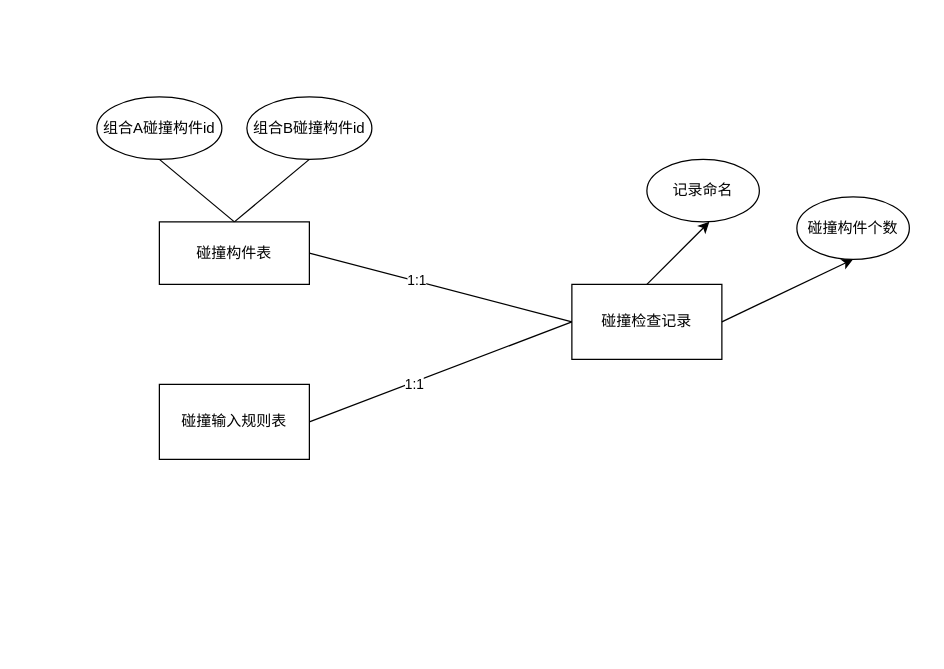
Above: 碰撞结果存储clickhouse.drawio in KeatonLi/pictures (draw.io), before the change. Source tidied: cells renumbered, new cells numbered last; positions are measured from the earlier drawing's top-left corner, leaving out a move shared by most shapes. Both pictures are drawn from the tidied source at 125%, with x=0, y=0 at pixel (96, 96).
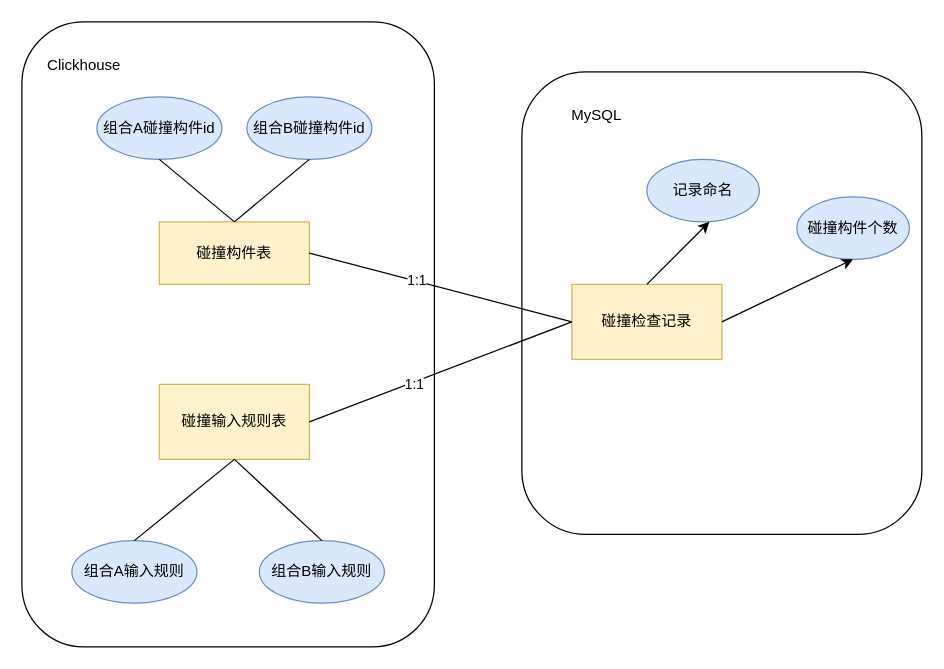
Above is the later version.

Commit message (it also covers changes not shown here):
更新碰撞结果存储clickhouse.drawio

The edit, as a diff of the source:
```diff
@@
+    <mxCell id="17" style="rounded=1;whiteSpace=wrap;html=1;arcSize=16;" parent="1" vertex="1">
+      <mxGeometry x="340" y="-20" width="320" height="370" as="geometry" />
+    </mxCell>
+    <mxCell id="18" style="rounded=1;whiteSpace=wrap;html=1;" parent="1" vertex="1">
+      <mxGeometry x="-60" y="-60" width="330" height="500" as="geometry" />
+    </mxCell>
-    <mxCell id="2" value="碰撞构件表" style="rounded=0;whiteSpace=wrap;html=1;" parent="1" vertex="1">
+    <mxCell id="2" value="碰撞构件表" style="rounded=0;whiteSpace=wrap;html=1;fillColor=#fff2cc;strokeColor=#d6b656;" parent="1" vertex="1">
       <mxGeometry x="50" y="100" width="120" height="50" as="geometry" />
     </mxCell>
-    <mxCell id="3" value="碰撞输入规则表" style="rounded=0;whiteSpace=wrap;html=1;" parent="1" vertex="1">
+    <mxCell id="3" value="碰撞输入规则表" style="rounded=0;whiteSpace=wrap;html=1;fillColor=#fff2cc;strokeColor=#d6b656;" parent="1" vertex="1">
       <mxGeometry x="50" y="230" width="120" height="60" as="geometry" />
     </mxCell>
-    <mxCell id="4" value="碰撞检查记录" style="rounded=0;whiteSpace=wrap;html=1;" parent="1" vertex="1">
+    <mxCell id="4" value="碰撞检查记录" style="rounded=0;whiteSpace=wrap;html=1;fillColor=#fff2cc;strokeColor=#d6b656;" parent="1" vertex="1">
       <mxGeometry x="380" y="150" width="120" height="60" as="geometry" />
     </mxCell>
-    <mxCell id="5" value="记录命名" style="ellipse;whiteSpace=wrap;html=1;" parent="1" vertex="1">
+    <mxCell id="5" value="记录命名" style="ellipse;whiteSpace=wrap;html=1;fillColor=#dae8fc;strokeColor=#6c8ebf;" parent="1" vertex="1">
       <mxGeometry x="440" y="50" width="90" height="50" as="geometry" />
     </mxCell>
-    <mxCell id="6" value="碰撞构件个数" style="ellipse;whiteSpace=wrap;html=1;" parent="1" vertex="1">
+    <mxCell id="6" value="碰撞构件个数" style="ellipse;whiteSpace=wrap;html=1;fillColor=#dae8fc;strokeColor=#6c8ebf;" parent="1" vertex="1">
       <mxGeometry x="560" y="80" width="90" height="50" as="geometry" />
     </mxCell>
@@
-    <mxCell id="13" value="组合A碰撞构件id" style="ellipse;whiteSpace=wrap;html=1;" parent="1" vertex="1">
+    <mxCell id="13" value="组合A碰撞构件id" style="ellipse;whiteSpace=wrap;html=1;fillColor=#dae8fc;strokeColor=#6c8ebf;" parent="1" vertex="1">
       <mxGeometry width="100" height="50" as="geometry" />
     </mxCell>
@@
-    <mxCell id="15" value="组合B碰撞构件id" style="ellipse;whiteSpace=wrap;html=1;" parent="1" vertex="1">
+    <mxCell id="15" value="组合B碰撞构件id" style="ellipse;whiteSpace=wrap;html=1;fillColor=#dae8fc;strokeColor=#6c8ebf;" parent="1" vertex="1">
       <mxGeometry x="120" width="100" height="50" as="geometry" />
     </mxCell>
@@
+    <mxCell id="19" value="组合A输入规则" style="ellipse;whiteSpace=wrap;html=1;fillColor=#dae8fc;strokeColor=#6c8ebf;" parent="1" vertex="1">
+      <mxGeometry x="-20" y="355" width="100" height="50" as="geometry" />
+    </mxCell>
+    <mxCell id="20" value="组合B输入规则" style="ellipse;whiteSpace=wrap;html=1;fillColor=#dae8fc;strokeColor=#6c8ebf;" parent="1" vertex="1">
+      <mxGeometry x="130" y="355" width="100" height="50" as="geometry" />
+    </mxCell>
+    <mxCell id="21" style="endArrow=none;html=1;rounded=0;entryX=0.5;entryY=1;entryDx=0;entryDy=0;exitX=0.5;exitY=0;exitDx=0;exitDy=0;" parent="1" edge="1" source="19" target="3">
+      <mxGeometry relative="1" as="geometry" />
+    </mxCell>
+    <mxCell id="22" style="endArrow=none;html=1;rounded=0;entryX=0.5;entryY=1;entryDx=0;entryDy=0;exitX=0.5;exitY=0;exitDx=0;exitDy=0;" parent="1" edge="1" source="20" target="3">
+      <mxGeometry relative="1" as="geometry" />
+    </mxCell>
+    <mxCell id="23" value="Clickhouse" style="text;html=1;align=center;verticalAlign=middle;whiteSpace=wrap;rounded=0;" parent="1" vertex="1">
+      <mxGeometry x="-40" y="-40" width="60" height="30" as="geometry" />
+    </mxCell>
+    <mxCell id="24" value="MySQL" style="text;html=1;align=center;verticalAlign=middle;whiteSpace=wrap;rounded=0;" parent="1" vertex="1">
+      <mxGeometry x="370" width="60" height="30" as="geometry" />
+    </mxCell>
```
